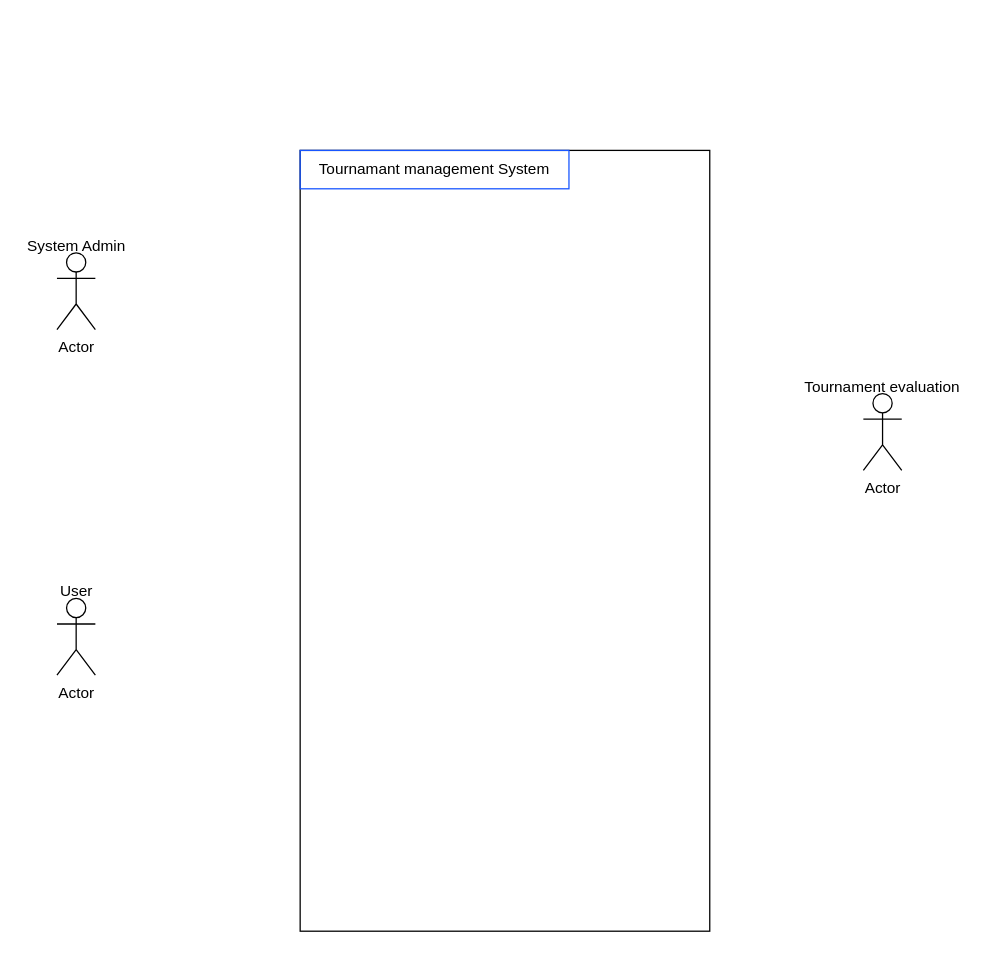
xPushpeshx/Todo_project keeps this draw.io diagram as Untitled Diagram.drawio. Above is the earlier version. Source tidied: cells renumbered, new cells numbered last; positions are measured from the earlier drawing's top-left corner, leaving out a move shared by most shapes. Both pictures are drawn from the tidied source at 128%, with x=0, y=0 at pixel (20, 150).
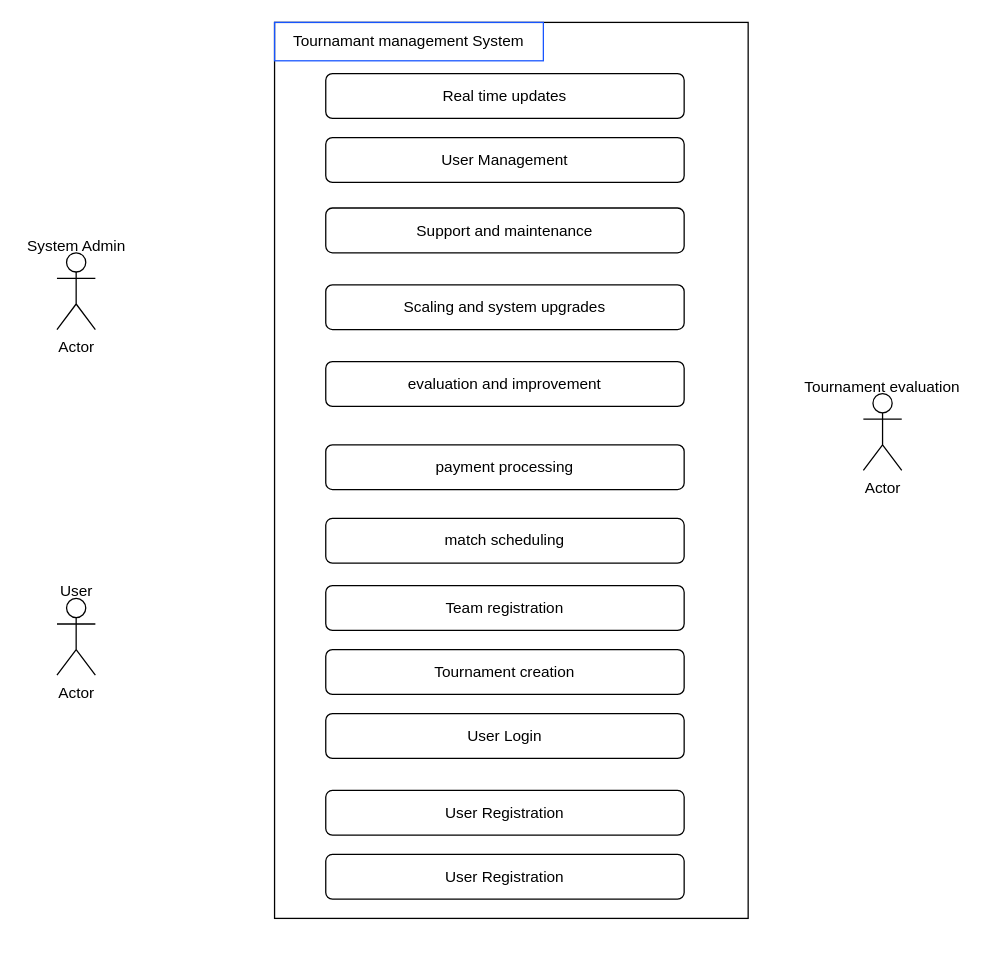
The same diagram, later.

Diff of the diagram source:
```diff
@@
     <mxCell id="2" style="rounded=0;whiteSpace=wrap;html=1;" parent="1" vertex="1">
-      <mxGeometry x="218" width="320" height="610" as="geometry" />
+      <mxGeometry x="198" y="-100" width="370" height="700" as="geometry" />
     </mxCell>
     <mxCell id="3" value="Tournamant management System" style="text;html=1;strokeColor=#1755FF;fillColor=none;align=center;verticalAlign=middle;whiteSpace=wrap;rounded=0;" parent="1" vertex="1">
-      <mxGeometry x="218" width="210" height="30" as="geometry" />
+      <mxGeometry x="198" y="-100" width="210" height="30" as="geometry" />
     </mxCell>
@@
+    <mxCell id="10" value="Support and maintenance" style="rounded=1;whiteSpace=wrap;html=1;" parent="1" vertex="1">
+      <mxGeometry x="238" y="45" width="280" height="35" as="geometry" />
+    </mxCell>
+    <mxCell id="11" value="Scaling and system upgrades" style="rounded=1;whiteSpace=wrap;html=1;" parent="1" vertex="1">
+      <mxGeometry x="238" y="105" width="280" height="35" as="geometry" />
+    </mxCell>
+    <mxCell id="12" value="evaluation and improvement" style="rounded=1;whiteSpace=wrap;html=1;" parent="1" vertex="1">
+      <mxGeometry x="238" y="165" width="280" height="35" as="geometry" />
+    </mxCell>
+    <mxCell id="13" value="payment processing" style="rounded=1;whiteSpace=wrap;html=1;" parent="1" vertex="1">
+      <mxGeometry x="238" y="230" width="280" height="35" as="geometry" />
+    </mxCell>
+    <mxCell id="14" value="match scheduling" style="rounded=1;whiteSpace=wrap;html=1;" parent="1" vertex="1">
+      <mxGeometry x="238" y="287.5" width="280" height="35" as="geometry" />
+    </mxCell>
+    <mxCell id="15" value="Team registration" style="rounded=1;whiteSpace=wrap;html=1;" parent="1" vertex="1">
+      <mxGeometry x="238" y="340" width="280" height="35" as="geometry" />
+    </mxCell>
+    <mxCell id="16" value="Tournament creation" style="rounded=1;whiteSpace=wrap;html=1;" parent="1" vertex="1">
+      <mxGeometry x="238" y="390" width="280" height="35" as="geometry" />
+    </mxCell>
+    <mxCell id="17" value="User Login" style="rounded=1;whiteSpace=wrap;html=1;" parent="1" vertex="1">
+      <mxGeometry x="238" y="440" width="280" height="35" as="geometry" />
+    </mxCell>
+    <mxCell id="18" value="User Registration" style="rounded=1;whiteSpace=wrap;html=1;" parent="1" vertex="1">
+      <mxGeometry x="238" y="500" width="280" height="35" as="geometry" />
+    </mxCell>
+    <mxCell id="19" value="Real time updates" style="rounded=1;whiteSpace=wrap;html=1;" parent="1" vertex="1">
+      <mxGeometry x="238" y="-60" width="280" height="35" as="geometry" />
+    </mxCell>
+    <mxCell id="20" value="User Management" style="rounded=1;whiteSpace=wrap;html=1;" parent="1" vertex="1">
+      <mxGeometry x="238" y="-10" width="280" height="35" as="geometry" />
+    </mxCell>
+    <mxCell id="21" value="User Registration" style="rounded=1;whiteSpace=wrap;html=1;" parent="1" vertex="1">
+      <mxGeometry x="238" y="550" width="280" height="35" as="geometry" />
+    </mxCell>
```
